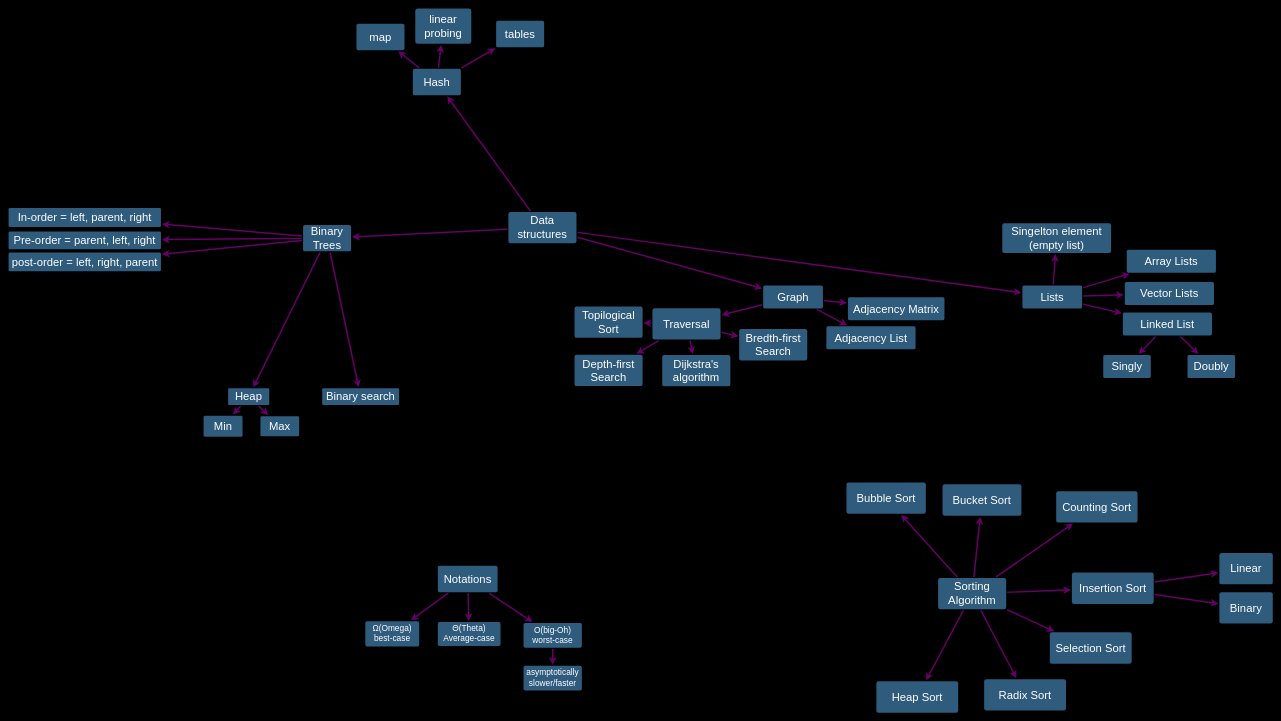
The draw.io diagram Datastrukturer och algoritmer/Topics map.drawio in mogggen/Datastrukturer-och-algoritmer, before the edit. Source tidied: cells renumbered, new cells numbered last; positions are measured from the earlier drawing's top-left corner, leaving out a move shared by most shapes. Both pictures are drawn from the tidied source at 49%, with x=0, y=0 at pixel (8, 8).
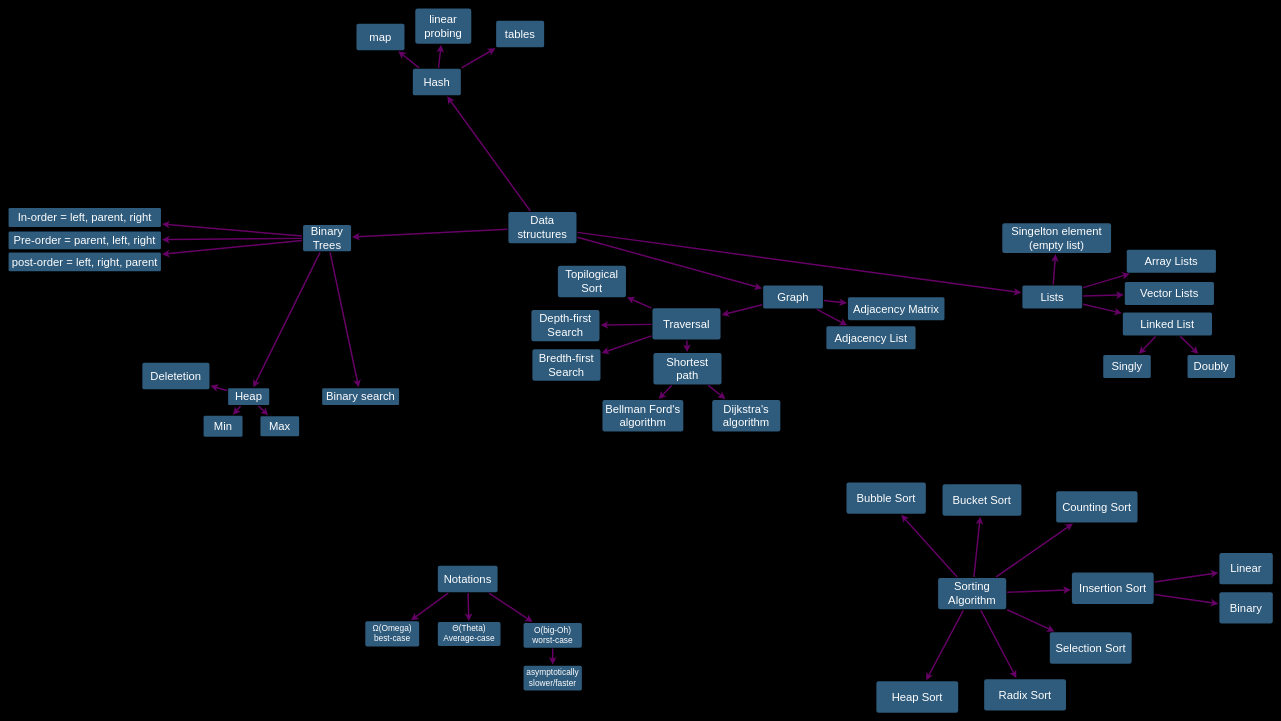
Above is the later version.

Commit message:
Bellman Ford

The change refers to these unchanged cells:
```xml
<mxCell id="5" value="Heap" style="rounded=1;whiteSpace=wrap;html=1;shadow=0;labelBackgroundColor=none;strokeColor=none;strokeWidth=3;fillColor=#2F5B7C;fontFamily=Helvetica;fontSize=23;fontColor=#FFFFFF;align=center;fontStyle=0;spacing=5;arcSize=7;perimeterSpacing=2;horizontal=1;verticalAlign=middle;" parent="1" vertex="1">
  <mxGeometry x="448" y="775" width="84" height="34" as="geometry" />
</mxCell>
<mxCell id="23" value="Traversal" style="rounded=1;whiteSpace=wrap;html=1;shadow=0;labelBackgroundColor=none;strokeColor=none;strokeWidth=3;fillColor=#2F5B7C;fontFamily=Helvetica;fontSize=23;fontColor=#FFFFFF;align=center;fontStyle=0;spacing=5;arcSize=7;perimeterSpacing=2;" parent="1" vertex="1">
  <mxGeometry x="1314" y="611.5" width="139" height="64" as="geometry" />
</mxCell>
```

The edit, as a diff of the source:
```diff
@@
     <mxCell id="65" value="Topilogical Sort" style="rounded=1;whiteSpace=wrap;html=1;shadow=0;labelBackgroundColor=none;strokeColor=none;strokeWidth=3;fillColor=#2F5B7C;fontFamily=Helvetica;fontSize=23;fontColor=#FFFFFF;align=center;fontStyle=0;spacing=5;arcSize=7;perimeterSpacing=2;" parent="1" vertex="1">
-      <mxGeometry x="1155" y="608" width="139" height="64" as="geometry" />
+      <mxGeometry x="1121" y="525" width="139" height="64" as="geometry" />
     </mxCell>
@@
     <mxCell id="67" value="Bredth-first Search" style="rounded=1;whiteSpace=wrap;html=1;shadow=0;labelBackgroundColor=none;strokeColor=none;strokeWidth=3;fillColor=#2F5B7C;fontFamily=Helvetica;fontSize=23;fontColor=#FFFFFF;align=center;fontStyle=0;spacing=5;arcSize=7;perimeterSpacing=2;" parent="1" vertex="1">
-      <mxGeometry x="1491" y="654" width="139" height="64" as="geometry" />
+      <mxGeometry x="1069" y="695.5" width="139" height="64" as="geometry" />
     </mxCell>
@@
     <mxCell id="69" value="Depth-first Search" style="rounded=1;whiteSpace=wrap;html=1;shadow=0;labelBackgroundColor=none;strokeColor=none;strokeWidth=3;fillColor=#2F5B7C;fontFamily=Helvetica;fontSize=23;fontColor=#FFFFFF;align=center;fontStyle=0;spacing=5;arcSize=7;perimeterSpacing=2;" parent="1" vertex="1">
-      <mxGeometry x="1155" y="706.5" width="139" height="64" as="geometry" />
+      <mxGeometry x="1067" y="615" width="139" height="64" as="geometry" />
     </mxCell>
@@
     <mxCell id="71" value="Dijkstra's algorithm" style="rounded=1;whiteSpace=wrap;html=1;shadow=0;labelBackgroundColor=none;strokeColor=none;strokeWidth=3;fillColor=#2F5B7C;fontFamily=Helvetica;fontSize=23;fontColor=#FFFFFF;align=center;fontStyle=0;spacing=5;arcSize=7;perimeterSpacing=2;" parent="1" vertex="1">
-      <mxGeometry x="1334" y="707" width="139" height="64" as="geometry" />
+      <mxGeometry x="1436" y="799" width="139" height="64" as="geometry" />
     </mxCell>
-    <mxCell id="72" style="edgeStyle=none;rounded=0;jumpStyle=none;html=1;shadow=0;labelBackgroundColor=none;startArrow=none;startFill=0;endArrow=classic;endFill=1;jettySize=auto;strokeWidth=3;fontFamily=Helvetica;fontSize=16;fontColor=#23445D;spacing=5;fillColor=#e3c800;strokeColor=#660066;" parent="1" edge="1" source="23" target="71">
+    <mxCell id="72" style="edgeStyle=none;rounded=0;jumpStyle=none;html=1;shadow=0;labelBackgroundColor=none;startArrow=none;startFill=0;endArrow=classic;endFill=1;jettySize=auto;strokeWidth=3;fontFamily=Helvetica;fontSize=16;fontColor=#23445D;spacing=5;fillColor=#e3c800;strokeColor=#660066;" parent="1" edge="1" source="87" target="71">
       <mxGeometry relative="1" as="geometry" />
     </mxCell>
@@
+    <mxCell id="85" value="Deletetion" style="rounded=1;whiteSpace=wrap;html=1;shadow=0;labelBackgroundColor=none;strokeColor=none;strokeWidth=3;fillColor=#2F5B7C;fontFamily=Helvetica;fontSize=23;fontColor=#FFFFFF;align=center;fontStyle=0;spacing=5;arcSize=7;perimeterSpacing=2;glass=0;" parent="1" vertex="1">
+      <mxGeometry x="273" y="723" width="137" height="54" as="geometry" />
+    </mxCell>
+    <mxCell id="86" style="edgeStyle=none;rounded=0;jumpStyle=none;html=1;shadow=0;labelBackgroundColor=none;startArrow=none;startFill=0;endArrow=classic;endFill=1;jettySize=auto;strokeWidth=3;fontFamily=Helvetica;fontSize=16;fontColor=#23445D;spacing=5;fillColor=#e3c800;strokeColor=#660066;" parent="1" edge="1" source="5" target="85">
+      <mxGeometry relative="1" as="geometry" />
+    </mxCell>
+    <mxCell id="87" value="Shortest path" style="rounded=1;whiteSpace=wrap;html=1;shadow=0;labelBackgroundColor=none;strokeColor=none;strokeWidth=3;fillColor=#2F5B7C;fontFamily=Helvetica;fontSize=23;fontColor=#FFFFFF;align=center;fontStyle=0;spacing=5;arcSize=7;perimeterSpacing=2;" parent="1" vertex="1">
+      <mxGeometry x="1316" y="703" width="139" height="64" as="geometry" />
+    </mxCell>
+    <mxCell id="88" style="edgeStyle=none;rounded=0;jumpStyle=none;html=1;shadow=0;labelBackgroundColor=none;startArrow=none;startFill=0;endArrow=classic;endFill=1;jettySize=auto;strokeWidth=3;fontFamily=Helvetica;fontSize=16;fontColor=#23445D;spacing=5;fillColor=#e3c800;strokeColor=#660066;" parent="1" edge="1" source="23" target="87">
+      <mxGeometry relative="1" as="geometry" />
+    </mxCell>
+    <mxCell id="89" value="Bellman Ford's algorithm" style="rounded=1;whiteSpace=wrap;html=1;shadow=0;labelBackgroundColor=none;strokeColor=none;strokeWidth=3;fillColor=#2F5B7C;fontFamily=Helvetica;fontSize=23;fontColor=#FFFFFF;align=center;fontStyle=0;spacing=5;arcSize=7;perimeterSpacing=2;" parent="1" vertex="1">
+      <mxGeometry x="1212" y="799" width="165" height="64" as="geometry" />
+    </mxCell>
+    <mxCell id="90" style="edgeStyle=none;rounded=0;jumpStyle=none;html=1;shadow=0;labelBackgroundColor=none;startArrow=none;startFill=0;endArrow=classic;endFill=1;jettySize=auto;strokeWidth=3;fontFamily=Helvetica;fontSize=16;fontColor=#23445D;spacing=5;fillColor=#e3c800;strokeColor=#660066;" parent="1" edge="1" source="87" target="89">
+      <mxGeometry relative="1" as="geometry" />
+    </mxCell>
```
